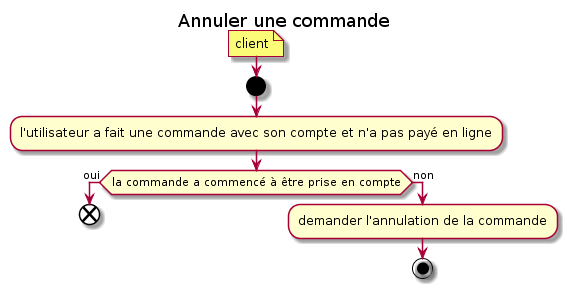
Before: doc/img/4_Commande_CANCEL_CMD_ActivityDiagram.png, a diagram exported from PlantUML (Zepmanbc/oc_dapython_pr4). Its diagram source:
```plantuml
@startuml 4_Commande_CANCEL_CMD_ActivityDiagram

title Annuler une commande

note: client

start

:l'utilisateur a fait une commande avec son compte et n'a pas payé en ligne;
if(la commande a commencé à être prise en compte) then (oui)
    end
else (non)
    :demander l'annulation de la commande;

stop

@enduml
```
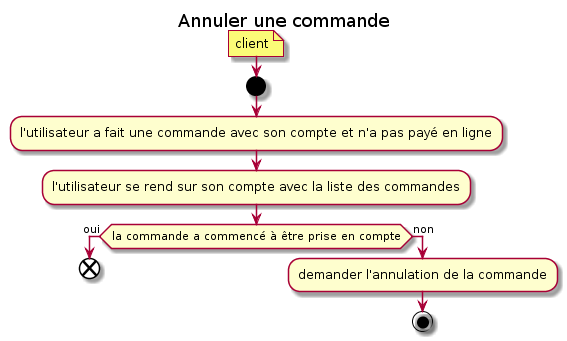
Above is the later version.

The edit, as a diff of the source:
```diff
@@ -7,6 +7,7 @@
 start
 
 :l'utilisateur a fait une commande avec son compte et n'a pas payé en ligne;
+:l'utilisateur se rend sur son compte avec la liste des commandes;
 if(la commande a commencé à être prise en compte) then (oui)
     end
 else (non)
```
